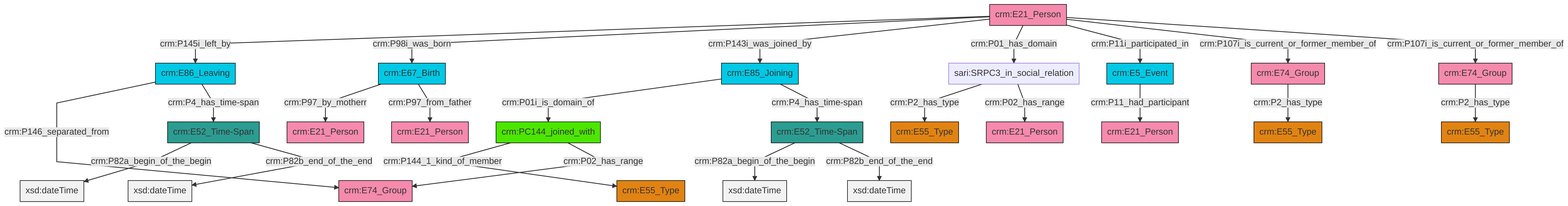
This is et/personCSV/ttl/mmd/png/Person_Actor_Relations.png from swiss-art-research-net/docs.swissartresearch, a Mermaid export, as it was before one commit. Its source is kept beside it as et/personCSV/ttl/mmd/Person_Actor_Relations.ttl.mmd.
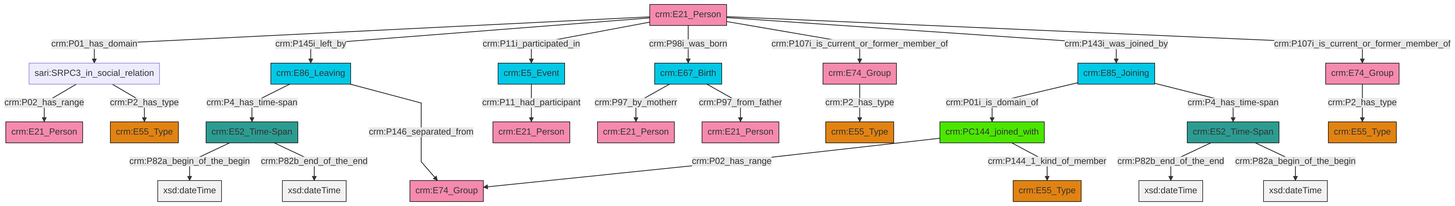
The same diagram one commit later.

Change to the diagram source:
```diff
@@ -13,27 +13,27 @@
 classDef PC_Classes fill:#4ce600, stroke:#000000;
 classDef Multi fill:#cccccc,stroke:#000000;
 
-2["crm:E52_Time-Span"]:::Time-Span -->|crm:P82a_begin_of_the_begin| 3[xsd:dateTime]:::Literal
-6["crm:E21_Person"]:::Actor -->|crm:P145i_left_by| 7["crm:E86_Leaving"]:::Temporal_Entity
-6["crm:E21_Person"]:::Actor -->|crm:P98i_was_born| 8["crm:E67_Birth"]:::Temporal_Entity
-6["crm:E21_Person"]:::Actor -->|crm:P143i_was_joined_by| 9["crm:E85_Joining"]:::Temporal_Entity
-9["crm:E85_Joining"]:::Temporal_Entity -->|crm:P01i_is_domain_of| 0["crm:PC144_joined_with"]:::PC_Classes
-6["crm:E21_Person"]:::Actor -->|crm:P01_has_domain| 14["sari:SRPC3_in_social_relation"]:::Default
-2["crm:E52_Time-Span"]:::Time-Span -->|crm:P82b_end_of_the_end| 15[xsd:dateTime]:::Literal
-0["crm:PC144_joined_with"]:::PC_Classes -->|crm:P144_1_kind_of_member| 4["crm:E55_Type"]:::Type
-6["crm:E21_Person"]:::Actor -->|crm:P11i_participated_in| 16["crm:E5_Event"]:::Temporal_Entity
-6["crm:E21_Person"]:::Actor -->|crm:P107i_is_current_or_former_member_of| 19["crm:E74_Group"]:::Actor
-7["crm:E86_Leaving"]:::Temporal_Entity -->|crm:P146_separated_from| 22["crm:E74_Group"]:::Actor
-23["crm:E52_Time-Span"]:::Time-Span -->|crm:P82a_begin_of_the_begin| 24[xsd:dateTime]:::Literal
-26["crm:E74_Group"]:::Actor -->|crm:P2_has_type| 27["crm:E55_Type"]:::Type
-8["crm:E67_Birth"]:::Temporal_Entity -->|crm:P97_by_motherr| 30["crm:E21_Person"]:::Actor
-14["sari:SRPC3_in_social_relation"]:::Default -->|crm:P2_has_type| 31["crm:E55_Type"]:::Type
-7["crm:E86_Leaving"]:::Temporal_Entity -->|crm:P4_has_time-span| 2["crm:E52_Time-Span"]:::Time-Span
-14["sari:SRPC3_in_social_relation"]:::Default -->|crm:P02_has_range| 17["crm:E21_Person"]:::Actor
-16["crm:E5_Event"]:::Temporal_Entity -->|crm:P11_had_participant| 36["crm:E21_Person"]:::Actor
-23["crm:E52_Time-Span"]:::Time-Span -->|crm:P82b_end_of_the_end| 37[xsd:dateTime]:::Literal
-6["crm:E21_Person"]:::Actor -->|crm:P107i_is_current_or_former_member_of| 26["crm:E74_Group"]:::Actor
-19["crm:E74_Group"]:::Actor -->|crm:P2_has_type| 12["crm:E55_Type"]:::Type
-8["crm:E67_Birth"]:::Temporal_Entity -->|crm:P97_from_father| 34["crm:E21_Person"]:::Actor
-0["crm:PC144_joined_with"]:::PC_Classes -->|crm:P02_has_range| 22["crm:E74_Group"]:::Actor
-9["crm:E85_Joining"]:::Temporal_Entity -->|crm:P4_has_time-span| 23["crm:E52_Time-Span"]:::Time-Span
+4["crm:E85_Joining"]:::Temporal_Entity -->|crm:P01i_is_domain_of| 5["crm:PC144_joined_with"]:::PC_Classes
+6["crm:E74_Group"]:::Actor -->|crm:P2_has_type| 7["crm:E55_Type"]:::Type
+8["crm:E86_Leaving"]:::Temporal_Entity -->|crm:P4_has_time-span| 9["crm:E52_Time-Span"]:::Time-Span
+9["crm:E52_Time-Span"]:::Time-Span -->|crm:P82a_begin_of_the_begin| 10[xsd:dateTime]:::Literal
+11["crm:E21_Person"]:::Actor -->|crm:P01_has_domain| 12["sari:SRPC3_in_social_relation"]:::Default
+5["crm:PC144_joined_with"]:::PC_Classes -->|crm:P02_has_range| 2["crm:E74_Group"]:::Actor
+5["crm:PC144_joined_with"]:::PC_Classes -->|crm:P144_1_kind_of_member| 0["crm:E55_Type"]:::Type
+22["crm:E52_Time-Span"]:::Time-Span -->|crm:P82b_end_of_the_end| 23[xsd:dateTime]:::Literal
+17["crm:E67_Birth"]:::Temporal_Entity -->|crm:P97_by_motherr| 24["crm:E21_Person"]:::Actor
+17["crm:E67_Birth"]:::Temporal_Entity -->|crm:P97_from_father| 25["crm:E21_Person"]:::Actor
+11["crm:E21_Person"]:::Actor -->|crm:P145i_left_by| 8["crm:E86_Leaving"]:::Temporal_Entity
+11["crm:E21_Person"]:::Actor -->|crm:P11i_participated_in| 19["crm:E5_Event"]:::Temporal_Entity
+9["crm:E52_Time-Span"]:::Time-Span -->|crm:P82b_end_of_the_end| 32[xsd:dateTime]:::Literal
+11["crm:E21_Person"]:::Actor -->|crm:P98i_was_born| 17["crm:E67_Birth"]:::Temporal_Entity
+12["sari:SRPC3_in_social_relation"]:::Default -->|crm:P02_has_range| 14["crm:E21_Person"]:::Actor
+8["crm:E86_Leaving"]:::Temporal_Entity -->|crm:P146_separated_from| 2["crm:E74_Group"]:::Actor
+36["crm:E74_Group"]:::Actor -->|crm:P2_has_type| 26["crm:E55_Type"]:::Type
+11["crm:E21_Person"]:::Actor -->|crm:P107i_is_current_or_former_member_of| 6["crm:E74_Group"]:::Actor
+4["crm:E85_Joining"]:::Temporal_Entity -->|crm:P4_has_time-span| 22["crm:E52_Time-Span"]:::Time-Span
+19["crm:E5_Event"]:::Temporal_Entity -->|crm:P11_had_participant| 39["crm:E21_Person"]:::Actor
+11["crm:E21_Person"]:::Actor -->|crm:P143i_was_joined_by| 4["crm:E85_Joining"]:::Temporal_Entity
+11["crm:E21_Person"]:::Actor -->|crm:P107i_is_current_or_former_member_of| 36["crm:E74_Group"]:::Actor
+12["sari:SRPC3_in_social_relation"]:::Default -->|crm:P2_has_type| 34["crm:E55_Type"]:::Type
+22["crm:E52_Time-Span"]:::Time-Span -->|crm:P82a_begin_of_the_begin| 44[xsd:dateTime]:::Literal
```
